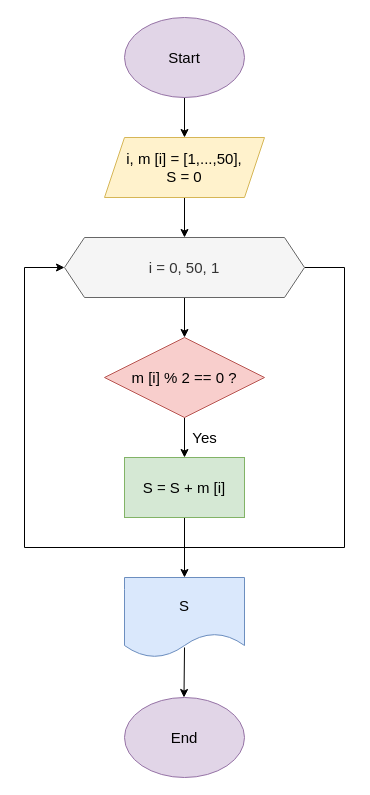
The draw.io diagram page "Page-8" (8 of 8) of Task 5.drawio in NigarMahmudova/Second_Homework, before the edit. Source tidied: cells renumbered, new cells numbered last; positions are measured from the earlier drawing's top-left corner, leaving out a move shared by most shapes. Both pictures are drawn from the tidied source at 100%, with x=0, y=0 at pixel (24, 17).
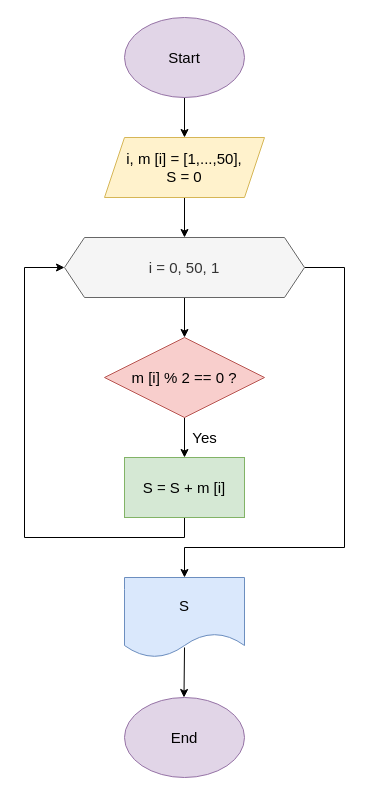
The same page after the edit.

Unchanged cells that the change refers to:
```xml
<mxCell id="8" value="i = 0, 50, 1" style="shape=hexagon;perimeter=hexagonPerimeter2;whiteSpace=wrap;html=1;fixedSize=1;fontSize=15;fillColor=#f5f5f5;fontColor=#333333;strokeColor=#666666;" parent="1" vertex="1">
  <mxGeometry x="40" y="220" width="240" height="60" as="geometry" />
</mxCell>
<mxCell id="12" value="S = S + m [i]" style="whiteSpace=wrap;html=1;fontSize=15;fillColor=#d5e8d4;strokeColor=#82b366;" parent="1" vertex="1">
  <mxGeometry x="100" y="440" width="120" height="60" as="geometry" />
</mxCell>
<mxCell id="14" value="S" style="shape=document;whiteSpace=wrap;html=1;boundedLbl=1;fontSize=15;fillColor=#dae8fc;strokeColor=#6c8ebf;" parent="1" vertex="1">
  <mxGeometry x="100" y="560" width="120" height="80" as="geometry" />
</mxCell>
```

Diff of the diagram source:
```diff
@@
-    <mxCell id="7" style="edgeStyle=orthogonalEdgeStyle;rounded=0;orthogonalLoop=1;jettySize=auto;html=1;exitX=1;exitY=0.5;exitDx=0;exitDy=0;fontSize=15;entryX=0;entryY=0.5;entryDx=0;entryDy=0;" parent="1" edge="1" source="8" target="8">
+    <mxCell id="7" style="edgeStyle=orthogonalEdgeStyle;rounded=0;jettySize=auto;html=1;exitX=1;exitY=0.5;exitDx=0;exitDy=0;fontSize=15;entryX=0.5;entryY=0;entryDx=0;entryDy=0;" parent="1" edge="1" source="8" target="14">
       <mxGeometry relative="1" as="geometry">
         <Array as="points">
           <mxPoint x="320" y="250" />
           <mxPoint x="320" y="530" />
-          <mxPoint y="530" />
-          <mxPoint y="250" />
+          <mxPoint x="160" y="530" />
         </Array>
       </mxGeometry>
     </mxCell>
@@
-    <mxCell id="11" style="edgeStyle=orthogonalEdgeStyle;rounded=0;jettySize=auto;html=1;fontSize=15;" parent="1" edge="1" source="12" target="14">
-      <mxGeometry relative="1" as="geometry" />
-    </mxCell>
+    <mxCell id="17" style="edgeStyle=orthogonalEdgeStyle;rounded=0;jettySize=auto;html=1;exitX=0.5;exitY=1;exitDx=0;exitDy=0;entryX=0;entryY=0.5;entryDx=0;entryDy=0;" parent="1" edge="1" source="12" target="8">
+      <mxGeometry relative="1" as="geometry">
+        <Array as="points">
+          <mxPoint x="160" y="520" />
+          <mxPoint y="520" />
+          <mxPoint y="250" />
+        </Array>
+      </mxGeometry>
+    </mxCell>
```
